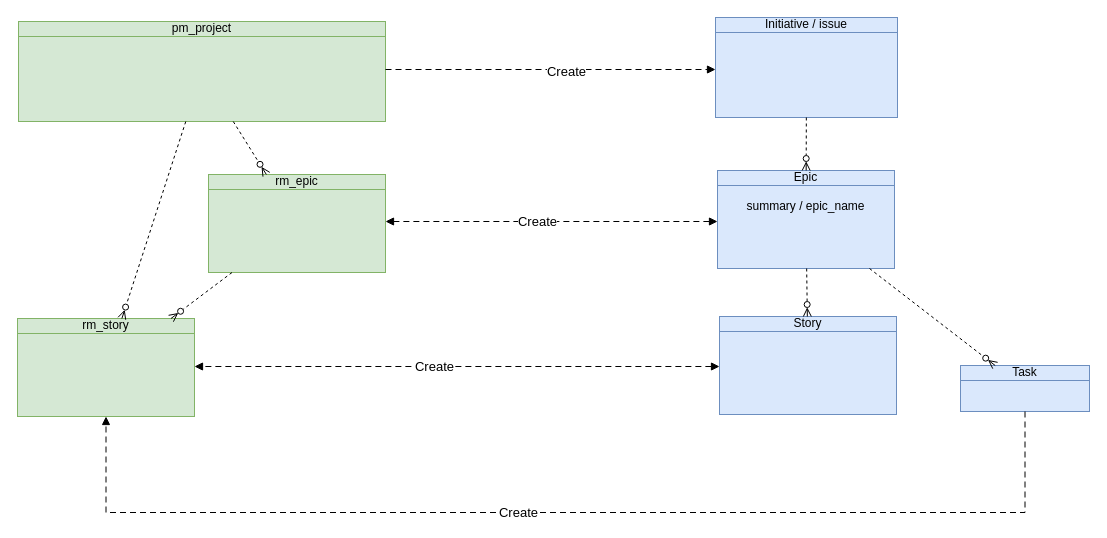
Before: page "ERD" (2 of 7) of Rossmann.drawio in algimas/tmp, a draw.io diagram. Source tidied: cells renumbered, new cells numbered last; positions are measured from the earlier drawing's top-left corner, leaving out a move shared by most shapes. Both pictures are drawn from the tidied source at 100%, with x=0, y=0 at pixel (17, 17).
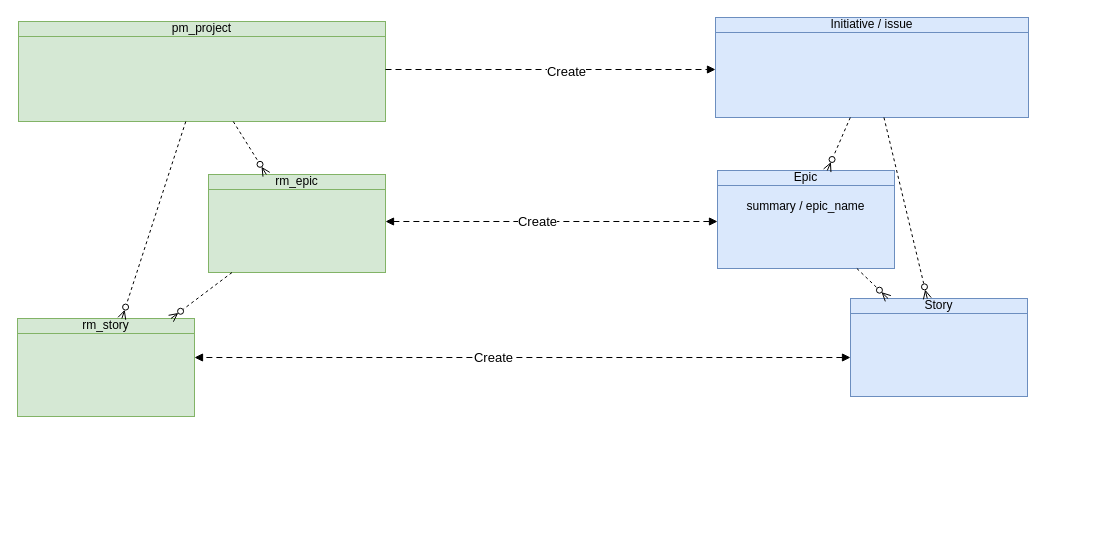
Above is the later version.

Unchanged cells that the change refers to:
```xml
<mxCell id="3" value="rm_story" style="html=1;outlineConnect=0;whiteSpace=wrap;fillColor=#d5e8d4;shape=mxgraph.archimate3.businessObject;overflow=fill;strokeColor=#82b366;" parent="1" vertex="1">
  <mxGeometry y="301" width="177" height="98" as="geometry" />
</mxCell>
<mxCell id="8" value="Epic&lt;div&gt;&lt;br&gt;&lt;/div&gt;&lt;div&gt;summary / epic_name&lt;/div&gt;" style="html=1;outlineConnect=0;whiteSpace=wrap;fillColor=#dae8fc;shape=mxgraph.archimate3.businessObject;overflow=fill;strokeColor=#6c8ebf;" parent="1" vertex="1">
  <mxGeometry x="700" y="153" width="177" height="98" as="geometry" />
</mxCell>
```

What changed in the source:
```diff
@@
     <mxCell id="9" value="Story" style="html=1;outlineConnect=0;whiteSpace=wrap;fillColor=#dae8fc;shape=mxgraph.archimate3.businessObject;overflow=fill;strokeColor=#6c8ebf;" parent="1" vertex="1">
-      <mxGeometry x="702" y="299" width="177" height="98" as="geometry" />
+      <mxGeometry x="833" y="281" width="177" height="98" as="geometry" />
     </mxCell>
@@
     <mxCell id="11" value="Initiative / issue" style="html=1;outlineConnect=0;whiteSpace=wrap;fillColor=#dae8fc;shape=mxgraph.archimate3.businessObject;overflow=fill;strokeColor=#6c8ebf;" parent="1" vertex="1">
-      <mxGeometry x="698" width="182" height="100" as="geometry" />
+      <mxGeometry x="698" width="313" height="100" as="geometry" />
     </mxCell>
@@
-    <mxCell id="19" value="Task" style="html=1;outlineConnect=0;whiteSpace=wrap;fillColor=#dae8fc;shape=mxgraph.archimate3.businessObject;overflow=fill;strokeColor=#6c8ebf;" parent="1" vertex="1">
-      <mxGeometry x="943" y="348" width="129" height="46" as="geometry" />
-    </mxCell>
-    <mxCell id="20" style="html=1;dashed=1;labelBackgroundColor=none;startArrow=none;endArrow=ERzeroToMany;fontFamily=Verdana;fontSize=12;align=left;startFill=0;endFill=0;" parent="1" edge="1" source="8" target="19">
+    <mxCell id="20" style="html=1;dashed=1;labelBackgroundColor=none;startArrow=none;endArrow=ERzeroToMany;fontFamily=Verdana;fontSize=12;align=left;startFill=0;endFill=0;" parent="1" edge="1" source="11" target="9">
       <mxGeometry relative="1" as="geometry" />
     </mxCell>
-    <mxCell id="21" style="edgeStyle=elbowEdgeStyle;html=1;endArrow=block;dashed=1;elbow=vertical;endFill=1;dashPattern=6 4;rounded=0;" parent="1" edge="1" source="19" target="3">
-      <mxGeometry relative="1" as="geometry">
-        <Array as="points">
-          <mxPoint x="554" y="495" />
-        </Array>
-      </mxGeometry>
-    </mxCell>
-    <mxCell id="22" value="Create" style="edgeLabel;html=1;align=center;verticalAlign=middle;fontSize=13;" parent="21" vertex="1">
-      <mxGeometry x="0.09" y="-1" relative="1" as="geometry" />
-    </mxCell>
```
